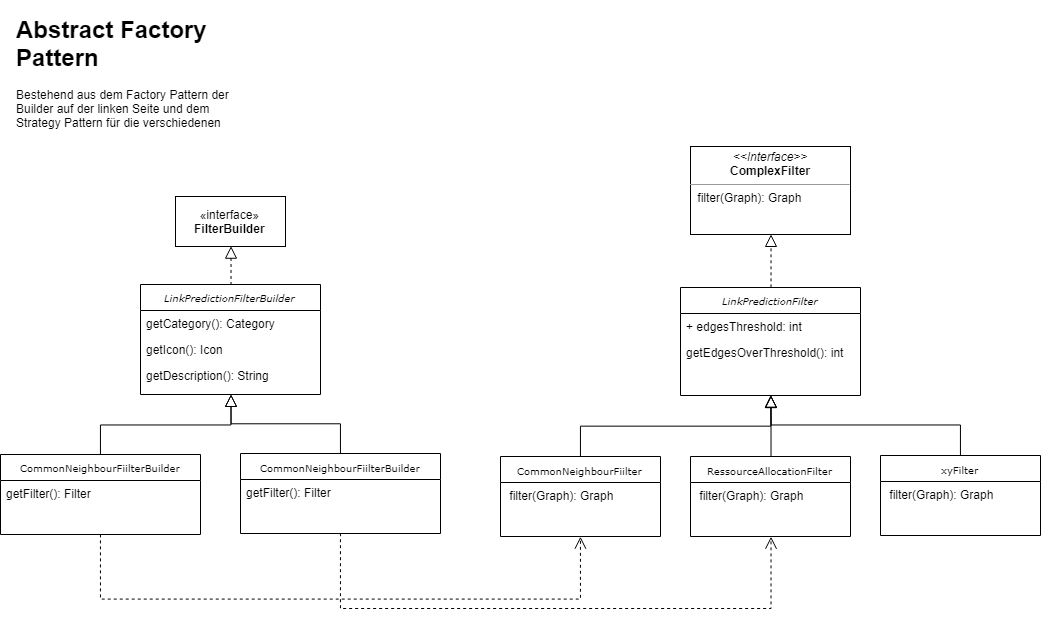
This is src/site/tex/resources/class_Filter.png from romanutti/ip5-documentation, a draw.io export, as it was before one commit. Source tidied: cells renumbered, new cells last; positions are measured from the earlier drawing's top-left corner, leaving out a move shared by most shapes. The source it was exported from:
```xml
<mxGraphModel background="#ffffff">
  <root>
    <mxCell id="0" />
    <mxCell id="1" parent="0" />
    <mxCell id="2" value="&lt;p style=&quot;margin: 0px ; margin-top: 4px ; text-align: center&quot;&gt;&lt;i&gt;&amp;lt;&amp;lt;Interface&amp;gt;&amp;gt;&lt;/i&gt;&lt;br&gt;&lt;b&gt;ComplexFilter&lt;/b&gt;&lt;/p&gt;&lt;hr size=&quot;1&quot;&gt;&lt;p style=&quot;margin: 0px ; margin-left: 4px&quot;&gt;&lt;/p&gt;&lt;p style=&quot;margin: 0px ; margin-left: 4px&quot;&gt;&amp;nbsp;filter(Graph): Graph&lt;br&gt;&lt;br&gt;&lt;/p&gt;" style="verticalAlign=top;align=left;overflow=fill;fontSize=12;fontFamily=Helvetica;html=1;rounded=0;shadow=0;comic=0;labelBackgroundColor=none;strokeColor=#000000;strokeWidth=1;fillColor=#ffffff;" parent="1" vertex="1">
      <mxGeometry x="690" y="136" width="160" height="88" as="geometry" />
    </mxCell>
    <mxCell id="3" style="edgeStyle=orthogonalEdgeStyle;rounded=0;html=1;dashed=1;labelBackgroundColor=none;startFill=0;endArrow=block;endFill=0;endSize=10;fontFamily=Verdana;fontSize=10;exitX=0.5;exitY=0;exitDx=0;exitDy=0;entryX=0.5;entryY=1;entryDx=0;entryDy=0;" parent="1" edge="1" source="4" target="2">
      <mxGeometry relative="1" as="geometry" />
    </mxCell>
    <mxCell id="4" value="&lt;i&gt;LinkPredictionFilter&lt;/i&gt;" style="swimlane;html=1;fontStyle=0;horizontal=1;startSize=26;fillColor=none;swimlaneFillColor=#ffffff;rounded=0;shadow=0;comic=0;labelBackgroundColor=none;strokeColor=#000000;strokeWidth=1;fontFamily=Verdana;fontSize=10;fontColor=#000000;align=center;" parent="1" vertex="1">
      <mxGeometry x="680" y="277" width="180" height="108" as="geometry" />
    </mxCell>
    <mxCell id="5" value="+ edgesThreshold: int" style="text;html=1;strokeColor=none;fillColor=none;align=left;verticalAlign=top;spacingLeft=4;spacingRight=4;whiteSpace=wrap;overflow=hidden;" parent="4" vertex="1">
      <mxGeometry y="26" width="180" height="26" as="geometry" />
    </mxCell>
    <mxCell id="6" value="getEdgesOverThreshold(): int" style="text;html=1;strokeColor=none;fillColor=none;align=left;verticalAlign=top;spacingLeft=4;spacingRight=4;whiteSpace=wrap;overflow=hidden;" parent="4" vertex="1">
      <mxGeometry y="52" width="180" height="26" as="geometry" />
    </mxCell>
    <mxCell id="7" value="&lt;span&gt;CommonNeighbourFiilter&lt;/span&gt;" style="swimlane;html=1;fontStyle=0;horizontal=1;startSize=26;fillColor=none;swimlaneFillColor=#ffffff;rounded=0;shadow=0;comic=0;labelBackgroundColor=none;strokeColor=#000000;strokeWidth=1;fontFamily=Verdana;fontSize=10;fontColor=#000000;align=center;verticalAlign=middle;" parent="1" vertex="1">
      <mxGeometry x="500" y="446" width="160" height="80" as="geometry" />
    </mxCell>
    <mxCell id="8" value="&amp;nbsp;filter(Graph): Graph" style="text;html=1;strokeColor=none;fillColor=none;align=left;verticalAlign=middle;spacingLeft=4;spacingRight=4;whiteSpace=wrap;overflow=hidden;" parent="7" vertex="1">
      <mxGeometry y="26" width="160" height="26" as="geometry" />
    </mxCell>
    <mxCell id="9" value="&lt;span&gt;RessourceAllocationFilter&lt;/span&gt;" style="swimlane;html=1;fontStyle=0;horizontal=1;startSize=26;fillColor=none;swimlaneFillColor=#ffffff;rounded=0;shadow=0;comic=0;labelBackgroundColor=none;strokeColor=#000000;strokeWidth=1;fontFamily=Verdana;fontSize=10;fontColor=#000000;align=center;verticalAlign=middle;" parent="1" vertex="1">
      <mxGeometry x="690" y="446" width="160" height="80" as="geometry" />
    </mxCell>
    <mxCell id="10" value="&amp;nbsp;filter(Graph): Graph" style="text;html=1;strokeColor=none;fillColor=none;align=left;verticalAlign=middle;spacingLeft=4;spacingRight=4;whiteSpace=wrap;overflow=hidden;" parent="9" vertex="1">
      <mxGeometry y="26" width="160" height="26" as="geometry" />
    </mxCell>
    <mxCell id="11" value="&lt;span&gt;xyFilter&lt;/span&gt;" style="swimlane;html=1;fontStyle=0;horizontal=1;startSize=26;fillColor=none;swimlaneFillColor=#ffffff;rounded=0;shadow=0;comic=0;labelBackgroundColor=none;strokeColor=#000000;strokeWidth=1;fontFamily=Verdana;fontSize=10;fontColor=#000000;align=center;verticalAlign=middle;" parent="1" vertex="1">
      <mxGeometry x="880" y="445" width="160" height="80" as="geometry" />
    </mxCell>
    <mxCell id="12" value="&amp;nbsp;filter(Graph): Graph" style="text;html=1;strokeColor=none;fillColor=none;align=left;verticalAlign=middle;spacingLeft=4;spacingRight=4;whiteSpace=wrap;overflow=hidden;" parent="11" vertex="1">
      <mxGeometry y="26" width="160" height="26" as="geometry" />
    </mxCell>
    <mxCell id="13" style="edgeStyle=orthogonalEdgeStyle;rounded=0;html=1;labelBackgroundColor=none;startFill=0;endArrow=block;endFill=0;endSize=10;fontFamily=Verdana;fontSize=10;entryX=0.5;entryY=1;entryDx=0;entryDy=0;exitX=0.5;exitY=0;exitDx=0;exitDy=0;" parent="1" edge="1" source="7">
      <mxGeometry relative="1" as="geometry">
        <mxPoint x="770.3" y="384.7" as="targetPoint" />
      </mxGeometry>
    </mxCell>
    <mxCell id="14" style="edgeStyle=orthogonalEdgeStyle;rounded=0;html=1;labelBackgroundColor=none;startFill=0;endArrow=block;endFill=0;endSize=10;fontFamily=Verdana;fontSize=10;exitX=0.5;exitY=0;exitDx=0;exitDy=0;entryX=0.5;entryY=1;entryDx=0;entryDy=0;" parent="1" edge="1" source="11">
      <mxGeometry relative="1" as="geometry">
        <mxPoint x="770.3" y="384.7" as="targetPoint" />
        <Array as="points">
          <mxPoint x="960" y="415" />
          <mxPoint x="770" y="415" />
        </Array>
      </mxGeometry>
    </mxCell>
    <mxCell id="15" style="edgeStyle=orthogonalEdgeStyle;rounded=0;html=1;labelBackgroundColor=none;startFill=0;endArrow=block;endFill=0;endSize=10;fontFamily=Verdana;fontSize=10;entryX=0.5;entryY=1;entryDx=0;entryDy=0;exitX=0.5;exitY=0;exitDx=0;exitDy=0;" parent="1" edge="1" source="9">
      <mxGeometry relative="1" as="geometry">
        <mxPoint x="770.3" y="384.7" as="targetPoint" />
      </mxGeometry>
    </mxCell>
    <mxCell id="16" value="«interface»&lt;br&gt;&lt;b&gt;FilterBuilder&lt;/b&gt;" style="html=1;" parent="1" vertex="1">
      <mxGeometry x="175" y="186" width="110" height="50" as="geometry" />
    </mxCell>
    <mxCell id="17" style="edgeStyle=orthogonalEdgeStyle;rounded=0;html=1;dashed=1;labelBackgroundColor=none;startFill=0;endArrow=block;endFill=0;endSize=10;fontFamily=Verdana;fontSize=10;exitX=0.5;exitY=0;exitDx=0;exitDy=0;entryX=0.5;entryY=1;entryDx=0;entryDy=0;" parent="1" edge="1" source="18" target="16">
      <mxGeometry relative="1" as="geometry" />
    </mxCell>
    <mxCell id="18" value="&lt;i&gt;LinkPredictionFilterBuilder&lt;/i&gt;" style="swimlane;html=1;fontStyle=0;horizontal=1;startSize=26;fillColor=none;swimlaneFillColor=#ffffff;rounded=0;shadow=0;comic=0;labelBackgroundColor=none;strokeColor=#000000;strokeWidth=1;fontFamily=Verdana;fontSize=10;fontColor=#000000;align=center;" parent="1" vertex="1">
      <mxGeometry x="140" y="274" width="180" height="110" as="geometry" />
    </mxCell>
    <mxCell id="19" value="getCategory(): Category" style="text;html=1;strokeColor=none;fillColor=none;align=left;verticalAlign=top;spacingLeft=4;spacingRight=4;whiteSpace=wrap;overflow=hidden;" parent="18" vertex="1">
      <mxGeometry y="26" width="180" height="26" as="geometry" />
    </mxCell>
    <mxCell id="20" value="getIcon(): Icon" style="text;html=1;strokeColor=none;fillColor=none;align=left;verticalAlign=top;spacingLeft=4;spacingRight=4;whiteSpace=wrap;overflow=hidden;" parent="18" vertex="1">
      <mxGeometry y="52" width="180" height="26" as="geometry" />
    </mxCell>
    <mxCell id="21" value="getDescription(): String" style="text;html=1;strokeColor=none;fillColor=none;align=left;verticalAlign=top;spacingLeft=4;spacingRight=4;whiteSpace=wrap;overflow=hidden;" parent="18" vertex="1">
      <mxGeometry y="78" width="180" height="26" as="geometry" />
    </mxCell>
    <mxCell id="22" value="&lt;span&gt;CommonNeighbourFiilterBuilder&lt;/span&gt;" style="swimlane;html=1;fontStyle=0;horizontal=1;startSize=26;fillColor=none;swimlaneFillColor=#ffffff;rounded=0;shadow=0;comic=0;labelBackgroundColor=none;strokeColor=#000000;strokeWidth=1;fontFamily=Verdana;fontSize=10;fontColor=#000000;align=center;verticalAlign=middle;" parent="1" vertex="1">
      <mxGeometry y="444" width="200" height="80" as="geometry" />
    </mxCell>
    <mxCell id="23" value="getFilter(): Filter" style="text;html=1;strokeColor=none;fillColor=none;align=left;verticalAlign=middle;spacingLeft=4;spacingRight=4;whiteSpace=wrap;overflow=hidden;" parent="22" vertex="1">
      <mxGeometry y="26" width="200" height="26" as="geometry" />
    </mxCell>
    <mxCell id="24" style="edgeStyle=orthogonalEdgeStyle;rounded=0;html=1;labelBackgroundColor=none;startFill=0;endArrow=block;endFill=0;endSize=10;fontFamily=Verdana;fontSize=10;entryX=0.5;entryY=1;entryDx=0;entryDy=0;exitX=0.5;exitY=0;exitDx=0;exitDy=0;" parent="1" edge="1" source="22" target="18">
      <mxGeometry relative="1" as="geometry" />
    </mxCell>
    <mxCell id="25" value="&lt;span&gt;CommonNeighbourFiilterBuilder&lt;/span&gt;" style="swimlane;html=1;fontStyle=0;horizontal=1;startSize=26;fillColor=none;swimlaneFillColor=#ffffff;rounded=0;shadow=0;comic=0;labelBackgroundColor=none;strokeColor=#000000;strokeWidth=1;fontFamily=Verdana;fontSize=10;fontColor=#000000;align=center;verticalAlign=middle;" parent="1" vertex="1">
      <mxGeometry x="240" y="443" width="200" height="80" as="geometry" />
    </mxCell>
    <mxCell id="26" value="getFilter(): Filter" style="text;html=1;strokeColor=none;fillColor=none;align=left;verticalAlign=middle;spacingLeft=4;spacingRight=4;whiteSpace=wrap;overflow=hidden;" parent="25" vertex="1">
      <mxGeometry y="26" width="200" height="26" as="geometry" />
    </mxCell>
    <mxCell id="27" style="edgeStyle=orthogonalEdgeStyle;rounded=0;html=1;labelBackgroundColor=none;startFill=0;endArrow=block;endFill=0;endSize=10;fontFamily=Verdana;fontSize=10;exitX=0.5;exitY=0;exitDx=0;exitDy=0;entryX=0.5;entryY=1;entryDx=0;entryDy=0;" parent="1" edge="1" source="25" target="18">
      <mxGeometry relative="1" as="geometry" />
    </mxCell>
    <mxCell id="28" style="edgeStyle=orthogonalEdgeStyle;rounded=0;html=1;dashed=1;labelBackgroundColor=none;startFill=0;endArrow=open;endFill=0;endSize=10;fontFamily=Verdana;fontSize=10;exitX=0.5;exitY=1;exitDx=0;exitDy=0;entryX=0.5;entryY=1;entryDx=0;entryDy=0;" parent="1" edge="1" source="22" target="7">
      <mxGeometry relative="1" as="geometry">
        <Array as="points">
          <mxPoint x="100" y="588" />
          <mxPoint x="580" y="588" />
        </Array>
      </mxGeometry>
    </mxCell>
    <mxCell id="29" style="edgeStyle=orthogonalEdgeStyle;rounded=0;html=1;dashed=1;labelBackgroundColor=none;startFill=0;endArrow=open;endFill=0;endSize=10;fontFamily=Verdana;fontSize=10;exitX=0.5;exitY=1;exitDx=0;exitDy=0;entryX=0.5;entryY=1;entryDx=0;entryDy=0;" parent="1" edge="1" source="25" target="9">
      <mxGeometry relative="1" as="geometry">
        <Array as="points">
          <mxPoint x="340" y="598" />
          <mxPoint x="770" y="598" />
        </Array>
      </mxGeometry>
    </mxCell>
    <mxCell id="30" value="&lt;h1&gt;Abstract Factory Pattern&lt;/h1&gt;&lt;p&gt;Bestehend aus dem Factory Pattern der Builder auf der linken Seite und dem Strategy Pattern für die verschiedenen Filter auf der rechten Seite&lt;/p&gt;" style="text;html=1;strokeColor=none;fillColor=none;spacing=5;spacingTop=-20;whiteSpace=wrap;overflow=hidden;rounded=0;" parent="1" vertex="1">
      <mxGeometry x="11" width="240" height="120" as="geometry" />
    </mxCell>
  </root>
</mxGraphModel>
```
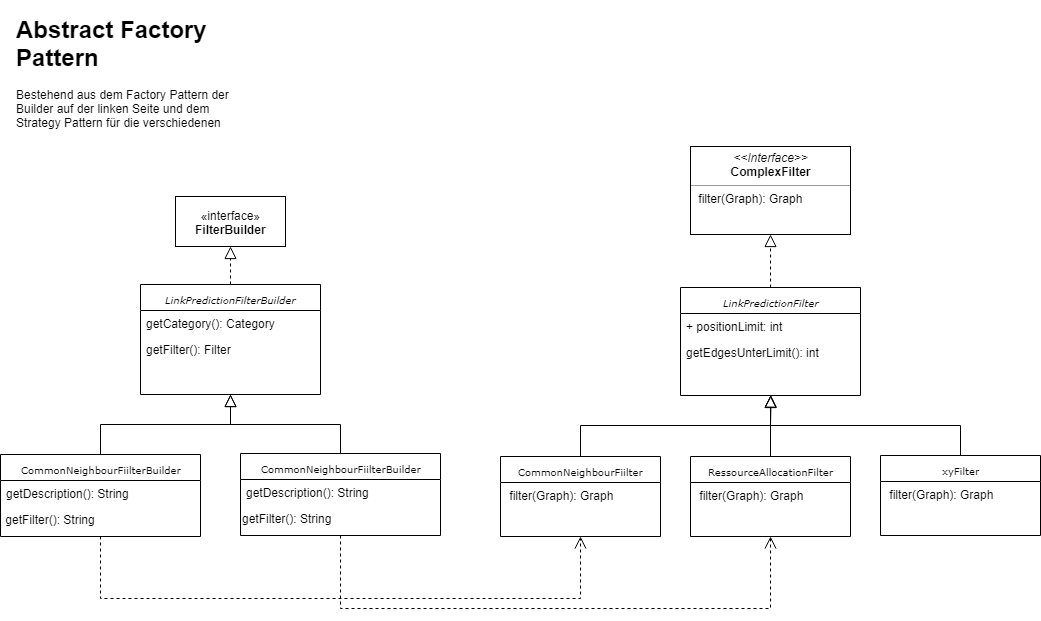
After the change.

Commit message:
Class diagrams adapted to iterative approach

Change to the diagram source:
```diff
@@ -11,10 +11,10 @@
     <mxCell id="4" value="&lt;i&gt;LinkPredictionFilter&lt;/i&gt;" style="swimlane;html=1;fontStyle=0;horizontal=1;startSize=26;fillColor=none;swimlaneFillColor=#ffffff;rounded=0;shadow=0;comic=0;labelBackgroundColor=none;strokeColor=#000000;strokeWidth=1;fontFamily=Verdana;fontSize=10;fontColor=#000000;align=center;" parent="1" vertex="1">
       <mxGeometry x="680" y="277" width="180" height="108" as="geometry" />
     </mxCell>
-    <mxCell id="5" value="+ edgesThreshold: int" style="text;html=1;strokeColor=none;fillColor=none;align=left;verticalAlign=top;spacingLeft=4;spacingRight=4;whiteSpace=wrap;overflow=hidden;" parent="4" vertex="1">
+    <mxCell id="5" value="+ positionLimit: int" style="text;html=1;strokeColor=none;fillColor=none;align=left;verticalAlign=top;spacingLeft=4;spacingRight=4;whiteSpace=wrap;overflow=hidden;" parent="4" vertex="1">
       <mxGeometry y="26" width="180" height="26" as="geometry" />
     </mxCell>
-    <mxCell id="6" value="getEdgesOverThreshold(): int" style="text;html=1;strokeColor=none;fillColor=none;align=left;verticalAlign=top;spacingLeft=4;spacingRight=4;whiteSpace=wrap;overflow=hidden;" parent="4" vertex="1">
+    <mxCell id="6" value="getEdgesUnterLimit(): int" style="text;html=1;strokeColor=none;fillColor=none;align=left;verticalAlign=top;spacingLeft=4;spacingRight=4;whiteSpace=wrap;overflow=hidden;" parent="4" vertex="1">
       <mxGeometry y="52" width="180" height="26" as="geometry" />
     </mxCell>
     <mxCell id="7" value="&lt;span&gt;CommonNeighbourFiilter&lt;/span&gt;" style="swimlane;html=1;fontStyle=0;horizontal=1;startSize=26;fillColor=none;swimlaneFillColor=#ffffff;rounded=0;shadow=0;comic=0;labelBackgroundColor=none;strokeColor=#000000;strokeWidth=1;fontFamily=Verdana;fontSize=10;fontColor=#000000;align=center;verticalAlign=middle;" parent="1" vertex="1">
@@ -66,27 +66,30 @@
     <mxCell id="19" value="getCategory(): Category" style="text;html=1;strokeColor=none;fillColor=none;align=left;verticalAlign=top;spacingLeft=4;spacingRight=4;whiteSpace=wrap;overflow=hidden;" parent="18" vertex="1">
       <mxGeometry y="26" width="180" height="26" as="geometry" />
     </mxCell>
-    <mxCell id="20" value="getIcon(): Icon" style="text;html=1;strokeColor=none;fillColor=none;align=left;verticalAlign=top;spacingLeft=4;spacingRight=4;whiteSpace=wrap;overflow=hidden;" parent="18" vertex="1">
+    <mxCell id="20" value="getFilter(): Filter" style="text;html=1;strokeColor=none;fillColor=none;align=left;verticalAlign=top;spacingLeft=4;spacingRight=4;whiteSpace=wrap;overflow=hidden;" parent="18" vertex="1">
       <mxGeometry y="52" width="180" height="26" as="geometry" />
     </mxCell>
-    <mxCell id="21" value="getDescription(): String" style="text;html=1;strokeColor=none;fillColor=none;align=left;verticalAlign=top;spacingLeft=4;spacingRight=4;whiteSpace=wrap;overflow=hidden;" parent="18" vertex="1">
-      <mxGeometry y="78" width="180" height="26" as="geometry" />
-    </mxCell>
     <mxCell id="22" value="&lt;span&gt;CommonNeighbourFiilterBuilder&lt;/span&gt;" style="swimlane;html=1;fontStyle=0;horizontal=1;startSize=26;fillColor=none;swimlaneFillColor=#ffffff;rounded=0;shadow=0;comic=0;labelBackgroundColor=none;strokeColor=#000000;strokeWidth=1;fontFamily=Verdana;fontSize=10;fontColor=#000000;align=center;verticalAlign=middle;" parent="1" vertex="1">
-      <mxGeometry y="444" width="200" height="80" as="geometry" />
+      <mxGeometry y="444" width="200" height="82" as="geometry" />
     </mxCell>
-    <mxCell id="23" value="getFilter(): Filter" style="text;html=1;strokeColor=none;fillColor=none;align=left;verticalAlign=middle;spacingLeft=4;spacingRight=4;whiteSpace=wrap;overflow=hidden;" parent="22" vertex="1">
+    <mxCell id="23" value="getDescription(): String" style="text;html=1;strokeColor=none;fillColor=none;align=left;verticalAlign=middle;spacingLeft=4;spacingRight=4;whiteSpace=wrap;overflow=hidden;" parent="22" vertex="1">
       <mxGeometry y="26" width="200" height="26" as="geometry" />
     </mxCell>
+    <mxCell id="31" value="&amp;nbsp;getFilter(): String" style="text;html=1;" parent="22" vertex="1">
+      <mxGeometry y="52" width="200" height="30" as="geometry" />
+    </mxCell>
     <mxCell id="24" style="edgeStyle=orthogonalEdgeStyle;rounded=0;html=1;labelBackgroundColor=none;startFill=0;endArrow=block;endFill=0;endSize=10;fontFamily=Verdana;fontSize=10;entryX=0.5;entryY=1;entryDx=0;entryDy=0;exitX=0.5;exitY=0;exitDx=0;exitDy=0;" parent="1" edge="1" source="22" target="18">
       <mxGeometry relative="1" as="geometry" />
     </mxCell>
     <mxCell id="25" value="&lt;span&gt;CommonNeighbourFiilterBuilder&lt;/span&gt;" style="swimlane;html=1;fontStyle=0;horizontal=1;startSize=26;fillColor=none;swimlaneFillColor=#ffffff;rounded=0;shadow=0;comic=0;labelBackgroundColor=none;strokeColor=#000000;strokeWidth=1;fontFamily=Verdana;fontSize=10;fontColor=#000000;align=center;verticalAlign=middle;" parent="1" vertex="1">
-      <mxGeometry x="240" y="443" width="200" height="80" as="geometry" />
+      <mxGeometry x="240" y="443" width="200" height="82" as="geometry" />
     </mxCell>
-    <mxCell id="26" value="getFilter(): Filter" style="text;html=1;strokeColor=none;fillColor=none;align=left;verticalAlign=middle;spacingLeft=4;spacingRight=4;whiteSpace=wrap;overflow=hidden;" parent="25" vertex="1">
+    <mxCell id="26" value="getDescription(): String" style="text;html=1;strokeColor=none;fillColor=none;align=left;verticalAlign=middle;spacingLeft=4;spacingRight=4;whiteSpace=wrap;overflow=hidden;" parent="25" vertex="1">
       <mxGeometry y="26" width="200" height="26" as="geometry" />
     </mxCell>
+    <mxCell id="32" value="getFilter(): String" style="text;html=1;" parent="25" vertex="1">
+      <mxGeometry y="52" width="200" height="30" as="geometry" />
+    </mxCell>
     <mxCell id="27" style="edgeStyle=orthogonalEdgeStyle;rounded=0;html=1;labelBackgroundColor=none;startFill=0;endArrow=block;endFill=0;endSize=10;fontFamily=Verdana;fontSize=10;exitX=0.5;exitY=0;exitDx=0;exitDy=0;entryX=0.5;entryY=1;entryDx=0;entryDy=0;" parent="1" edge="1" source="25" target="18">
       <mxGeometry relative="1" as="geometry" />
     </mxCell>
```
